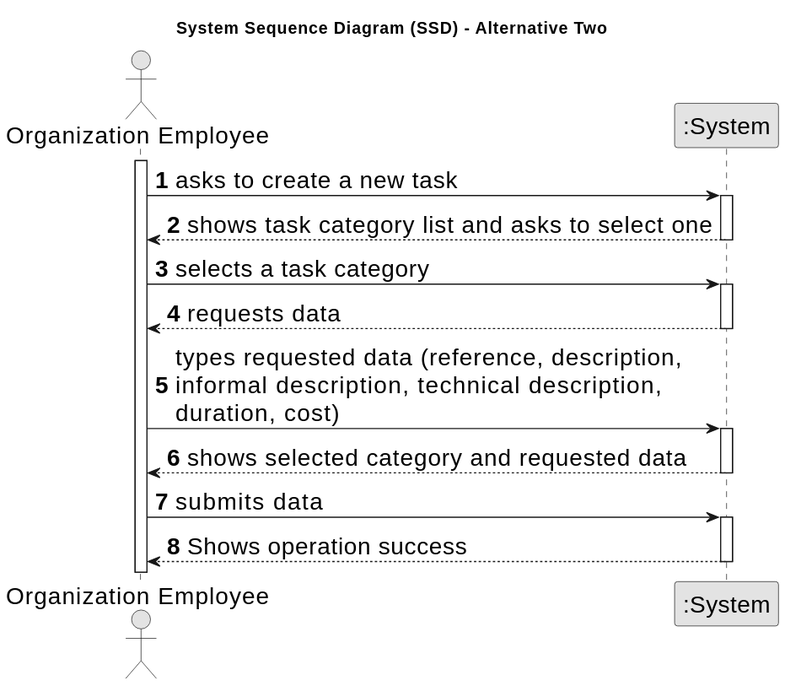
Earlier version of the PlantUML export docs/sprintA/us004/01.requirements-engineering/svg/us004-system-sequence-diagram-alternative-two.svg (Goncalves2525/real-estate-management-system). The source it was exported from:
```plantuml
@startuml
skinparamlocked defaultFontSize 20
skinparam monochrome true
skinparam packageStyle rectangle
skinparam shadowing false

title System Sequence Diagram (SSD) - Alternative Two

autonumber

actor "Organization Employee" as Employee
participant ":System" as System

activate Employee

    Employee -> System : asks to create a new task
    activate System

        System --> Employee : shows task category list and asks to select one
    deactivate System

    Employee -> System : selects a task category
    activate System

        System --> Employee : requests data
    deactivate System

    Employee -> System : types requested data (reference, description, \ninformal description, technical description,\nduration, cost)
    activate System

        System --> Employee : shows selected category and requested data
    deactivate System

    Employee -> System : submits data
    activate System

        System --> Employee : Shows operation success
    deactivate System
@enduml
```
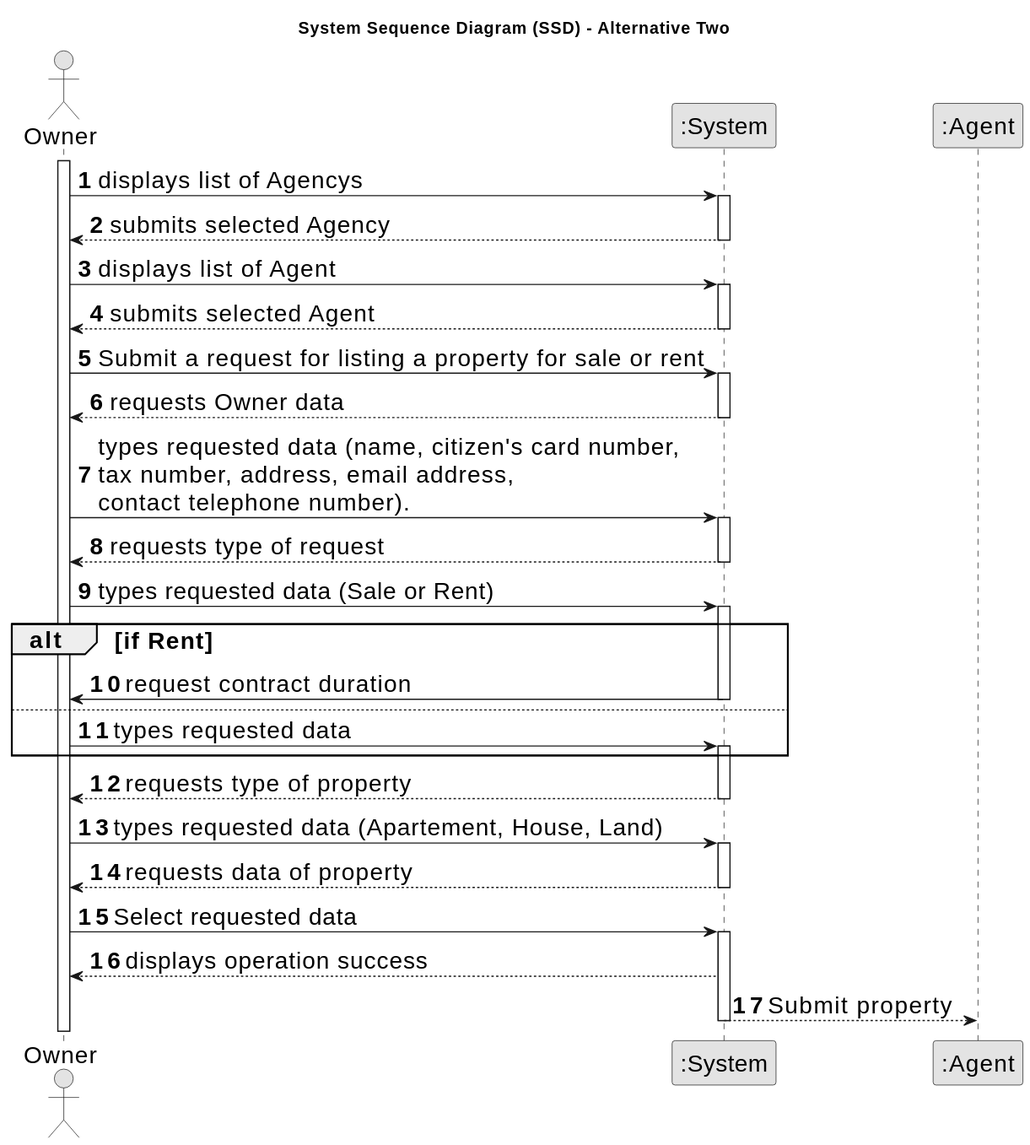
Above is the later version.

Diff of the diagram source:
```diff
@@ -8,32 +8,66 @@
 
 autonumber
 
-actor "Organization Employee" as Employee
+actor "Owner" as Owner
 participant ":System" as System
+participant ":Agent" as Agent
 
-activate Employee
+activate Owner
 
-    Employee -> System : asks to create a new task
+        Owner -> System : displays list of Agencys
     activate System
 
-        System --> Employee : shows task category list and asks to select one
+        System --> Owner :submits selected Agency
     deactivate System
 
-    Employee -> System : selects a task category
+        Owner -> System :displays list of Agent
     activate System
 
-        System --> Employee : requests data
+       System --> Owner : submits selected Agent
     deactivate System
 
-    Employee -> System : types requested data (reference, description, \ninformal description, technical description,\nduration, cost)
+        Owner -> System : Submit a request for listing a property for sale or rent
     activate System
 
-        System --> Employee : shows selected category and requested data
+        System --> Owner : requests Owner data
     deactivate System
 
-    Employee -> System : submits data
+        Owner -> System : types requested data (name, citizen's card number, \ntax number, address, email address, \ncontact telephone number).
     activate System
 
-        System --> Employee : Shows operation success
+        System --> Owner : requests type of request
+    deactivate System
+
+
+        Owner -> System : types requested data (Sale or Rent)
+    activate System
+
+
+    alt if Rent
+
+        System -> Owner: request contract duration
+        deactivate System
+    else
+
+        Owner -> System: types requested data
+        activate System
+    end
+
+        System --> Owner : requests type of property
+    deactivate System
+
+        Owner -> System : types requested data (Apartement, House, Land)
+   activate System
+
+            System --> Owner : requests data of property
+    deactivate System
+
+          Owner -> System : Select requested data
+    activate System
+
+        System --> Owner : displays operation success
+
+
+        System --> Agent : Submit property
     deactivate System
 @enduml
```
